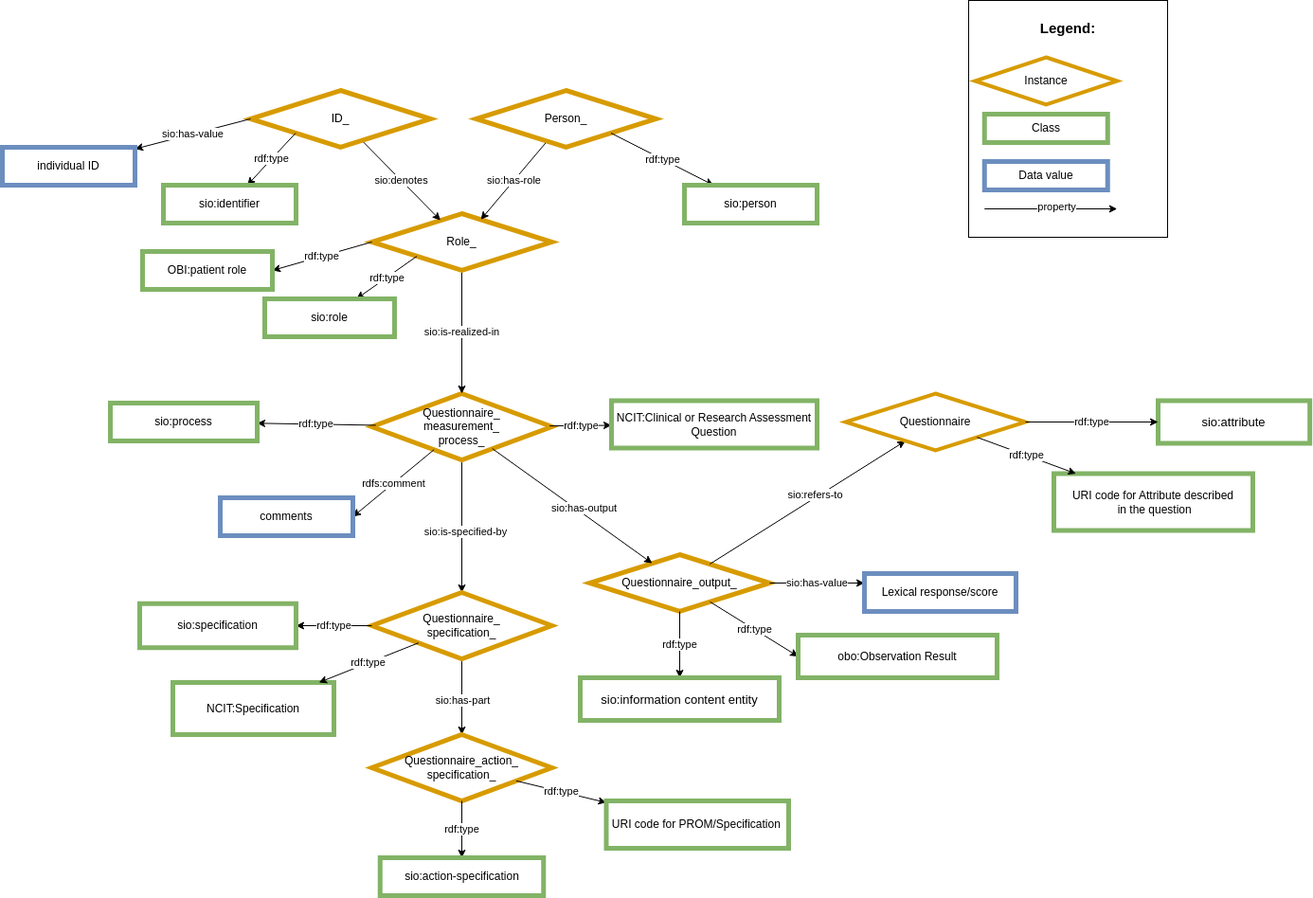
Above: images/CARE-SM-Questionnaire.png in CARE-SM/CARE-Semantic-Model (draw.io), before the change. Source tidied: cells renumbered, new cells last; positions are measured from the earlier drawing's top-left corner, leaving out a move shared by most shapes.
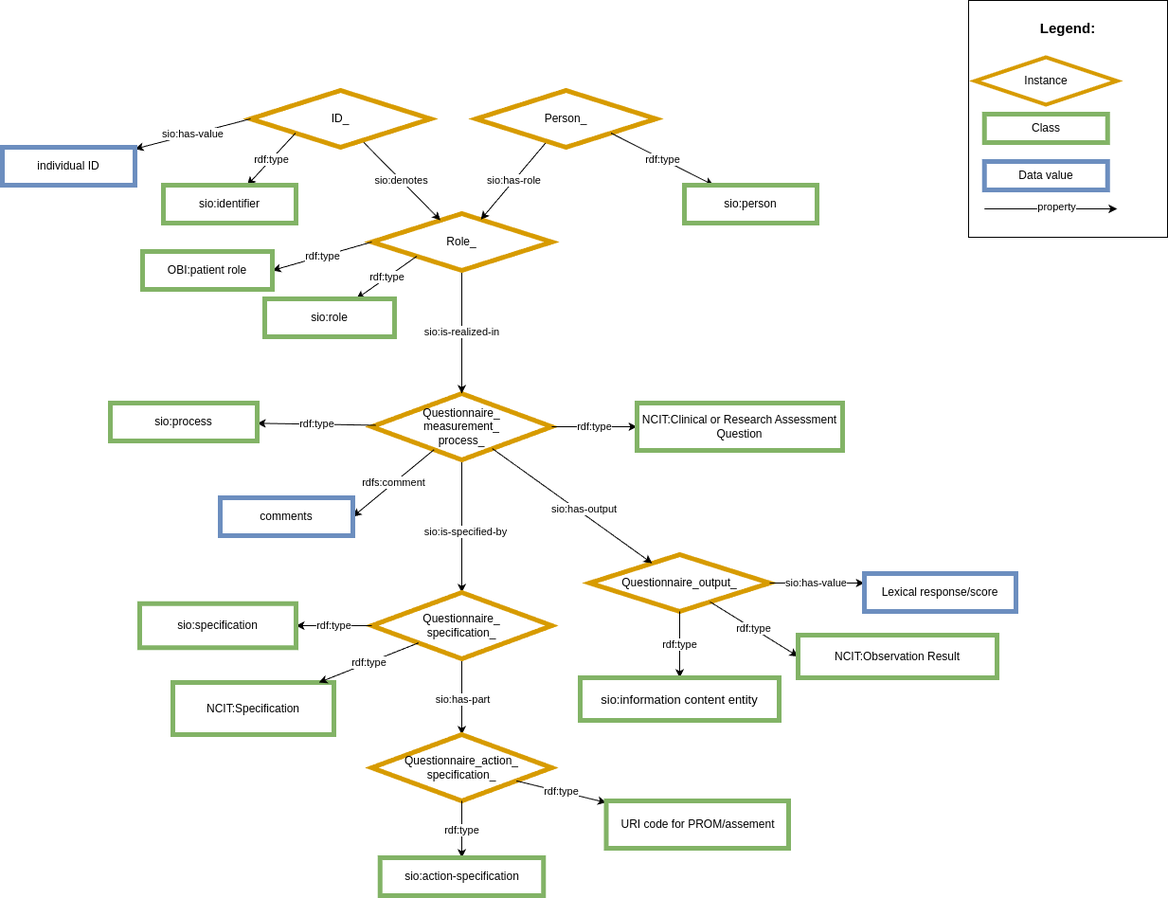
The same diagram one commit later.

What changed in the source:
```diff
@@ -69,7 +69,7 @@
       <mxGeometry relative="1" as="geometry" />
     </mxCell>
     <mxCell id="24" value="&lt;div style=&quot;border-color: var(--border-color);&quot;&gt;NCIT:Clinical or Research Assessment Question&lt;br&gt;&lt;/div&gt;" style="whiteSpace=wrap;html=1;fillColor=#FFFFFF;strokeColor=#82b366;strokeWidth=5;" parent="1" vertex="1">
-      <mxGeometry x="643" y="422.5" width="217" height="50" as="geometry" />
+      <mxGeometry x="670" y="425" width="217" height="50" as="geometry" />
     </mxCell>
     <mxCell id="25" value="rdfs:comment" style="rounded=0;jettySize=auto;html=1;entryX=1;entryY=0.5;entryDx=0;entryDy=0;" parent="1" edge="1" source="4" target="26">
       <mxGeometry relative="1" as="geometry" />
@@ -103,7 +103,7 @@
     <mxCell id="34" value="rdf:type" style="edgeStyle=none;rounded=0;jettySize=auto;html=1;entryX=0;entryY=0.5;entryDx=0;entryDy=0;" parent="1" edge="1" source="27" target="35">
       <mxGeometry relative="1" as="geometry" />
     </mxCell>
-    <mxCell id="35" value="obo:Observation Result" style="whiteSpace=wrap;html=1;fillColor=#FFFFFF;strokeColor=#82b366;strokeWidth=5;" parent="1" vertex="1">
+    <mxCell id="35" value="NCIT:Observation Result" style="whiteSpace=wrap;html=1;fillColor=#FFFFFF;strokeColor=#82b366;strokeWidth=5;" parent="1" vertex="1">
       <mxGeometry x="840" y="670" width="210" height="45" as="geometry" />
     </mxCell>
     <mxCell id="36" value="&lt;div style=&quot;text-align: left; font-size: 15px;&quot;&gt;&lt;span style=&quot;background-color: initial;&quot;&gt;&lt;b style=&quot;&quot;&gt;&lt;font style=&quot;font-size: 15px;&quot;&gt;Legend:&lt;/font&gt;&lt;/b&gt;&lt;/span&gt;&lt;/div&gt;&lt;div style=&quot;text-align: left; font-size: 15px;&quot;&gt;&lt;span style=&quot;background-color: initial;&quot;&gt;&lt;br&gt;&lt;/span&gt;&lt;/div&gt;&lt;div style=&quot;text-align: left;&quot;&gt;&lt;span style=&quot;background-color: initial;&quot;&gt;&lt;br&gt;&lt;/span&gt;&lt;/div&gt;&lt;div style=&quot;text-align: left;&quot;&gt;&lt;span style=&quot;background-color: initial;&quot;&gt;&lt;br&gt;&lt;/span&gt;&lt;/div&gt;&lt;div style=&quot;text-align: left;&quot;&gt;&lt;br&gt;&lt;/div&gt;&lt;div style=&quot;text-align: left;&quot;&gt;&lt;br&gt;&lt;/div&gt;&lt;div style=&quot;text-align: left;&quot;&gt;&lt;br&gt;&lt;/div&gt;&lt;div style=&quot;text-align: left;&quot;&gt;&lt;br&gt;&lt;/div&gt;&lt;div style=&quot;text-align: left;&quot;&gt;&lt;br&gt;&lt;/div&gt;&lt;div style=&quot;text-align: left;&quot;&gt;&lt;span style=&quot;background-color: initial;&quot;&gt;&lt;br&gt;&lt;/span&gt;&lt;/div&gt;&lt;div style=&quot;text-align: left;&quot;&gt;&lt;span style=&quot;background-color: initial;&quot;&gt;&lt;br&gt;&lt;/span&gt;&lt;/div&gt;&lt;div style=&quot;text-align: left;&quot;&gt;&lt;span style=&quot;background-color: initial;&quot;&gt;&lt;br&gt;&lt;/span&gt;&lt;/div&gt;&lt;div style=&quot;text-align: left;&quot;&gt;&lt;span style=&quot;background-color: initial;&quot;&gt;&lt;br&gt;&lt;/span&gt;&lt;/div&gt;&lt;div style=&quot;text-align: left;&quot;&gt;&lt;span style=&quot;background-color: initial;&quot;&gt;&lt;br&gt;&lt;/span&gt;&lt;/div&gt;" style="rounded=0;whiteSpace=wrap;html=1;" parent="1" vertex="1">
@@ -124,24 +124,6 @@
         <mxPoint x="1176.8" y="220" as="targetPoint" />
       </mxGeometry>
     </mxCell>
-    <mxCell id="41" value="sio:refers-to" style="rounded=0;jettySize=auto;html=1;" parent="1" edge="1" source="27" target="42">
-      <mxGeometry x="0.09" y="2" relative="1" as="geometry" />
-    </mxCell>
-    <mxCell id="42" value="Questionnaire" style="rhombus;whiteSpace=wrap;html=1;fillColor=#FFFFFF;strokeColor=#D79B00;perimeter=rhombusPerimeter;arcSize=20;comic=0;enumerate=0;strokeWidth=4;rounded=0;" parent="1" vertex="1">
-      <mxGeometry x="890" y="415" width="190" height="60" as="geometry" />
-    </mxCell>
-    <mxCell id="43" value="&lt;font size=&quot;2&quot;&gt;sio:attribute&lt;/font&gt;" style="whiteSpace=wrap;html=1;fillColor=#FFFFFF;strokeColor=#82b366;strokeWidth=5;" parent="1" vertex="1">
-      <mxGeometry x="1220" y="422.5" width="160.2" height="45" as="geometry" />
-    </mxCell>
-    <mxCell id="44" value="rdf:type" style="edgeStyle=none;rounded=0;jettySize=auto;html=1;" parent="1" edge="1" source="42" target="43">
-      <mxGeometry relative="1" as="geometry" />
-    </mxCell>
-    <mxCell id="45" value="URI code for Attribute described&lt;div&gt;&amp;nbsp;in the question&lt;/div&gt;" style="whiteSpace=wrap;html=1;fillColor=#FFFFFF;strokeColor=#82b366;strokeWidth=5;" parent="1" vertex="1">
-      <mxGeometry x="1110" y="499.5" width="210" height="60" as="geometry" />
-    </mxCell>
-    <mxCell id="46" value="rdf:type" style="edgeStyle=none;rounded=0;jettySize=auto;html=1;" parent="1" edge="1" source="42" target="45">
-      <mxGeometry relative="1" as="geometry" />
-    </mxCell>
     <mxCell id="47" style="edgeStyle=orthogonalEdgeStyle;rounded=0;orthogonalLoop=1;jettySize=auto;html=1;exitX=0.5;exitY=1;exitDx=0;exitDy=0;" parent="1" edge="1" source="7" target="7">
       <mxGeometry relative="1" as="geometry" />
     </mxCell>
@@ -174,7 +156,7 @@
     <mxCell id="56" value="rdf:type" style="edgeStyle=none;rounded=0;jettySize=auto;html=1;" parent="1" edge="1" source="51" target="57">
       <mxGeometry relative="1" as="geometry" />
     </mxCell>
-    <mxCell id="57" value="URI code for PROM/Specification&amp;nbsp;" style="whiteSpace=wrap;html=1;fillColor=#FFFFFF;strokeColor=#82b366;strokeWidth=5;" parent="1" vertex="1">
+    <mxCell id="57" value="URI code for PROM/assement" style="whiteSpace=wrap;html=1;fillColor=#FFFFFF;strokeColor=#82b366;strokeWidth=5;" parent="1" vertex="1">
       <mxGeometry x="637.5" y="845" width="192.5" height="50" as="geometry" />
     </mxCell>
     <mxCell id="58" value="NCIT:Specification" style="whiteSpace=wrap;html=1;fillColor=#FFFFFF;strokeColor=#82b366;strokeWidth=5;" parent="1" vertex="1">
```
